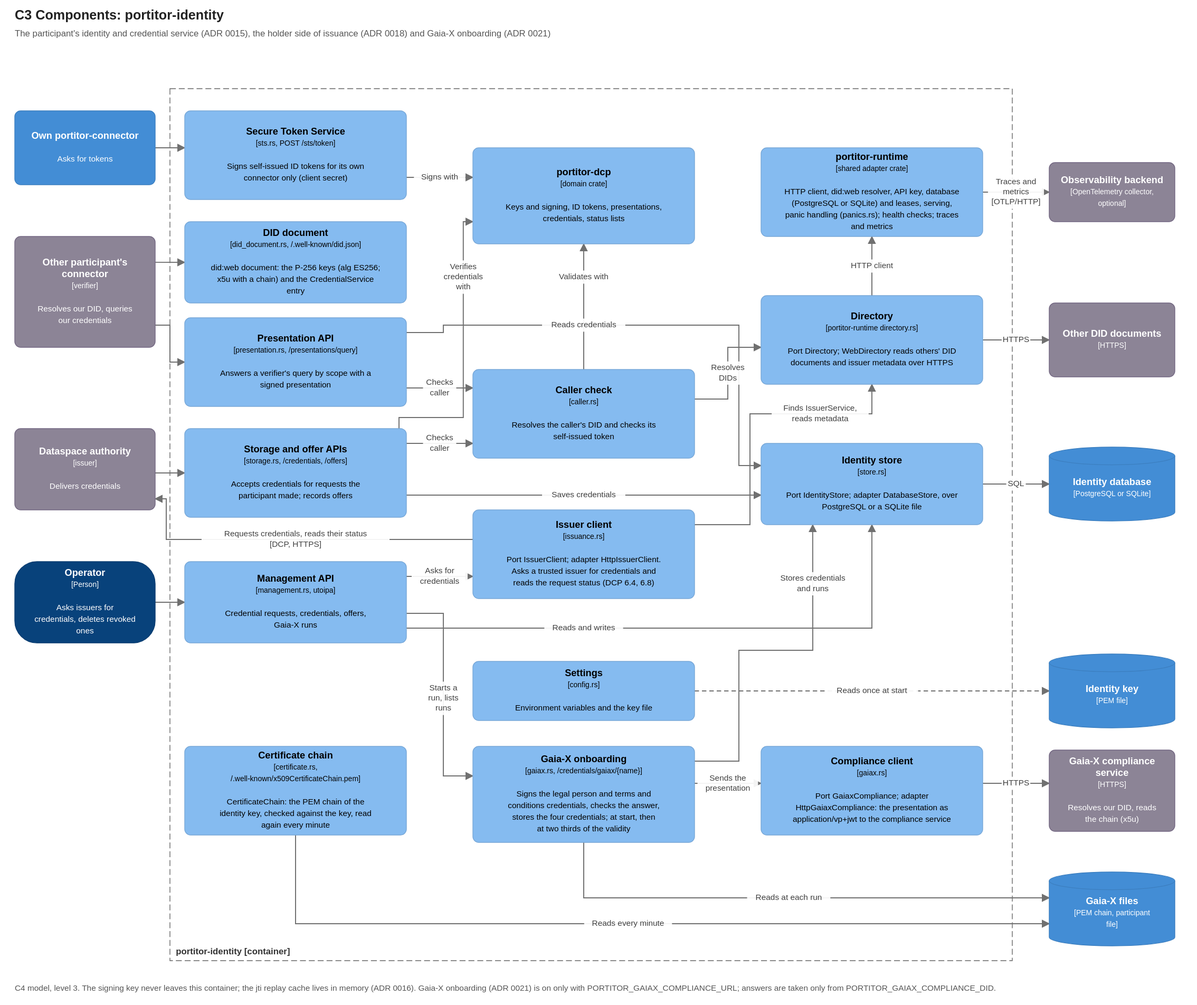
brunopacheco1/portitor keeps this draw.io diagram as docs/diagrams/c3-identity-components.drawio.svg. Above is the earlier version. Source tidied: cells renumbered, new cells last; positions are measured from the earlier drawing's top-left corner, leaving out a move shared by most shapes.
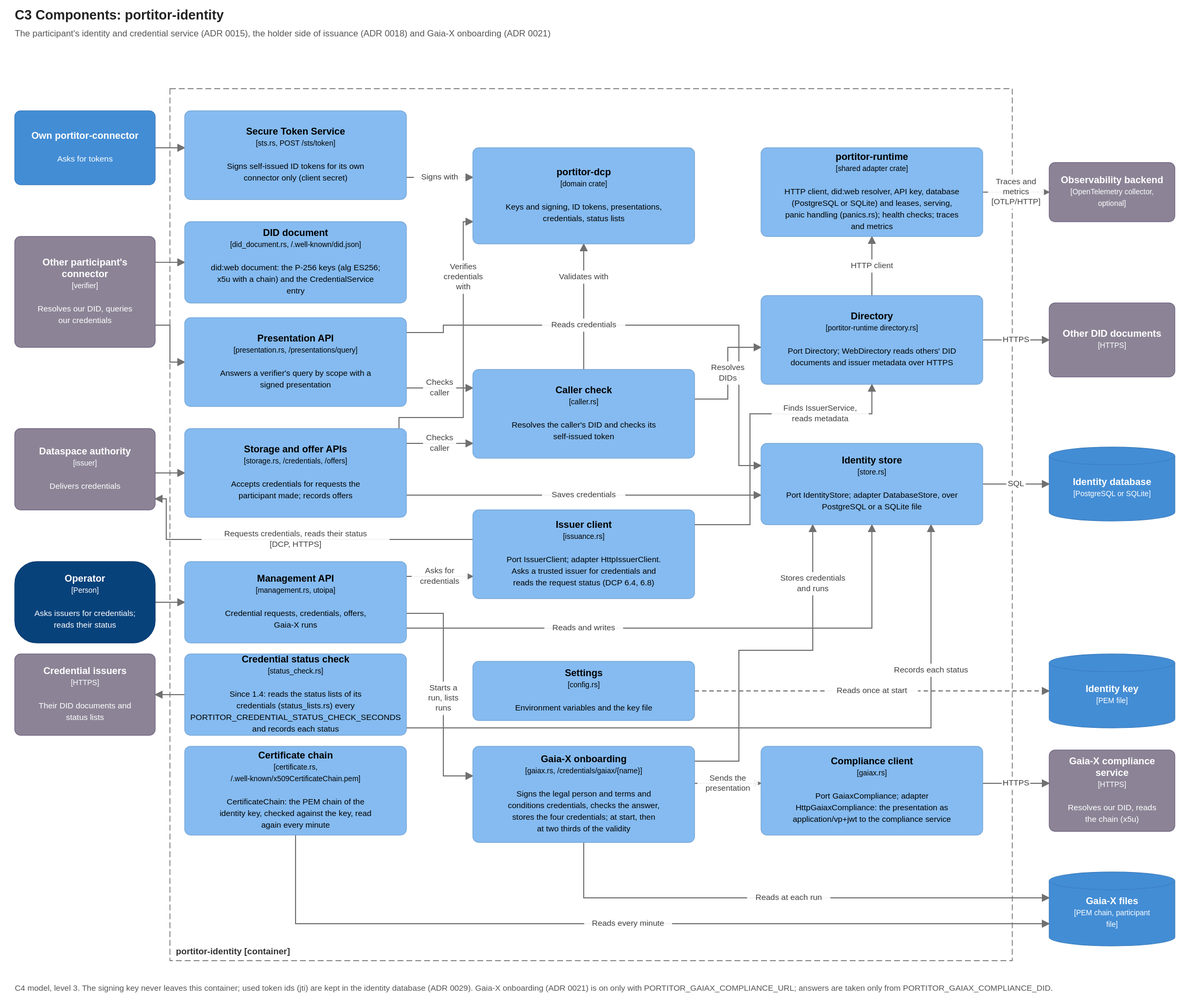
After the change.

Diff of the diagram source:
```diff
@@ -14,7 +14,7 @@
     <mxCell id="5" value="&lt;b&gt;Dataspace authority&lt;/b&gt;&lt;br&gt;&lt;font style=&quot;font-size:10px&quot;&gt;[issuer]&lt;/font&gt;&lt;br&gt;&lt;br&gt;&lt;font style=&quot;font-size:11px&quot;&gt;Delivers credentials&lt;/font&gt;" style="rounded=1;arcSize=8;whiteSpace=wrap;html=1;fillColor=#8C8496;strokeColor=#736782;fontColor=#FFFFFF;fontSize=13;align=center;verticalAlign=middle;c4Kind=external;c4Name=Dataspace authority;" parent="1" vertex="1">
       <mxGeometry y="460" width="190" height="110" as="geometry" />
     </mxCell>
-    <mxCell id="6" value="&lt;b&gt;Operator&lt;/b&gt;&lt;br&gt;&lt;font style=&quot;font-size:10px&quot;&gt;[Person]&lt;/font&gt;&lt;br&gt;&lt;br&gt;&lt;font style=&quot;font-size:11px&quot;&gt;Asks issuers for credentials, deletes revoked ones&lt;/font&gt;" style="rounded=1;arcSize=30;whiteSpace=wrap;html=1;fillColor=#08427B;strokeColor=#073B6F;fontColor=#FFFFFF;fontSize=13;align=center;verticalAlign=middle;c4Kind=person;c4Name=Operator;" parent="1" vertex="1">
+    <mxCell id="6" value="&lt;b&gt;Operator&lt;/b&gt;&lt;br&gt;&lt;font style=&quot;font-size:10px&quot;&gt;[Person]&lt;/font&gt;&lt;br&gt;&lt;br&gt;&lt;font style=&quot;font-size:11px&quot;&gt;Asks issuers for credentials; reads their status&lt;/font&gt;" style="rounded=1;arcSize=30;whiteSpace=wrap;html=1;fillColor=#08427B;strokeColor=#073B6F;fontColor=#FFFFFF;fontSize=13;align=center;verticalAlign=middle;c4Kind=person;c4Name=Operator;" parent="1" vertex="1">
       <mxGeometry y="640" width="190" height="110" as="geometry" />
     </mxCell>
     <mxCell id="7" value="&lt;b&gt;Secure Token Service&lt;/b&gt;&lt;br&gt;&lt;font style=&quot;font-size:10px&quot;&gt;[sts.rs, POST /sts/token]&lt;/font&gt;&lt;br&gt;&lt;br&gt;&lt;font style=&quot;font-size:11px&quot;&gt;Signs self-issued ID tokens for its own connector only (client secret)&lt;/font&gt;" style="rounded=1;arcSize=8;whiteSpace=wrap;html=1;fillColor=#85BBF0;strokeColor=#78A8D8;fontColor=#000000;fontSize=13;align=center;verticalAlign=middle;c4Kind=component;c4Name=Secure Token Service;" parent="1" vertex="1">
@@ -173,7 +173,7 @@
         </Array>
       </mxGeometry>
     </mxCell>
-    <mxCell id="47" value="C4 model, level 3. The signing key never leaves this container; the jti replay cache lives in memory (ADR 0016). Gaia-X onboarding (ADR 0021) is on only with PORTITOR_GAIAX_COMPLIANCE_URL; answers are taken only from PORTITOR_GAIAX_COMPLIANCE_DID." style="text;html=1;align=left;verticalAlign=top;fontSize=11;fontColor=#555555;whiteSpace=wrap;" parent="1" vertex="1">
+    <mxCell id="47" value="C4 model, level 3. The signing key never leaves this container; used token ids (jti) are kept in the identity database (ADR 0029). Gaia-X onboarding (ADR 0021) is on only with PORTITOR_GAIAX_COMPLIANCE_URL; answers are taken only from PORTITOR_GAIAX_COMPLIANCE_DID." style="text;html=1;align=left;verticalAlign=top;fontSize=11;fontColor=#555555;whiteSpace=wrap;" parent="1" vertex="1">
       <mxGeometry y="1200" width="1580" height="40" as="geometry" />
     </mxCell>
     <mxCell id="48" value="&lt;b&gt;Issuer client&lt;/b&gt;&lt;br&gt;&lt;font style=&quot;font-size:10px&quot;&gt;[issuance.rs]&lt;/font&gt;&lt;br&gt;&lt;br&gt;&lt;font style=&quot;font-size:11px&quot;&gt;Port IssuerClient; adapter HttpIssuerClient. Asks a trusted issuer for credentials and reads the request status (DCP 6.4, 6.8)&lt;/font&gt;" style="rounded=1;arcSize=8;whiteSpace=wrap;html=1;fillColor=#85BBF0;strokeColor=#78A8D8;fontColor=#000000;fontSize=13;align=center;verticalAlign=middle;c4Kind=component;c4Name=Issuer client;" parent="1" vertex="1">
@@ -224,5 +224,21 @@
     <mxCell id="56" value="Traces and metrics&#10;[OTLP/HTTP]" style="endArrow=blockThin;endFill=1;html=1;rounded=0;strokeColor=#707070;fontSize=11;fontColor=#404040;labelBackgroundColor=#FFFFFF;exitX=1.000;exitY=0.500;exitPerimeter=0;entryX=0.000;entryY=0.500;entryPerimeter=0;" parent="1" edge="1" source="15" target="55">
       <mxGeometry relative="1" as="geometry" />
     </mxCell>
+    <mxCell id="57" value="&lt;b&gt;Credential status check&lt;/b&gt;&lt;br&gt;&lt;font style=&quot;font-size:10px&quot;&gt;[status_check.rs]&lt;/font&gt;&lt;br&gt;&lt;br&gt;&lt;font style=&quot;font-size:11px&quot;&gt;Since 1.4: reads the status lists of its credentials (status_lists.rs) every PORTITOR_CREDENTIAL_STATUS_CHECK_SECONDS and records each status&lt;/font&gt;" style="rounded=1;arcSize=8;whiteSpace=wrap;html=1;fillColor=#85BBF0;strokeColor=#78A8D8;fontColor=#000000;fontSize=13;align=center;verticalAlign=middle;c4Kind=component;c4Name=Credential status check;" parent="1" vertex="1">
+      <mxGeometry x="230" y="765" width="300" height="110" as="geometry" />
+    </mxCell>
+    <mxCell id="58" value="&lt;b&gt;Credential issuers&lt;/b&gt;&lt;br&gt;&lt;font style=&quot;font-size:10px&quot;&gt;[HTTPS]&lt;/font&gt;&lt;br&gt;&lt;br&gt;&lt;font style=&quot;font-size:11px&quot;&gt;Their DID documents and status lists&lt;/font&gt;" style="rounded=1;arcSize=8;whiteSpace=wrap;html=1;fillColor=#8C8496;strokeColor=#736782;fontColor=#FFFFFF;fontSize=13;align=center;verticalAlign=middle;c4Kind=external;c4Name=Credential issuers;" parent="1" vertex="1">
+      <mxGeometry y="765" width="190" height="110" as="geometry" />
+    </mxCell>
+    <mxCell id="59" style="endArrow=blockThin;endFill=1;html=1;rounded=0;strokeColor=#707070;fontSize=11;fontColor=#404040;labelBackgroundColor=#FFFFFF;exitX=0.000;exitY=0.500;exitPerimeter=0;entryX=1.000;entryY=0.500;entryPerimeter=0;" parent="1" edge="1" source="57" target="58">
+      <mxGeometry relative="1" as="geometry" />
+    </mxCell>
+    <mxCell id="60" value="Records each status" style="endArrow=blockThin;endFill=1;html=1;rounded=0;strokeColor=#707070;fontSize=11;fontColor=#404040;labelBackgroundColor=#FFFFFF;exitX=1.000;exitY=0.909;exitPerimeter=0;entryX=0.767;entryY=1.000;entryPerimeter=0;" parent="1" edge="1" source="57" target="17">
+      <mxGeometry x="0.6" relative="1" as="geometry">
+        <Array as="points">
+          <mxPoint x="1240" y="865" />
+        </Array>
+      </mxGeometry>
+    </mxCell>
   </root>
 </mxGraphModel>
```
